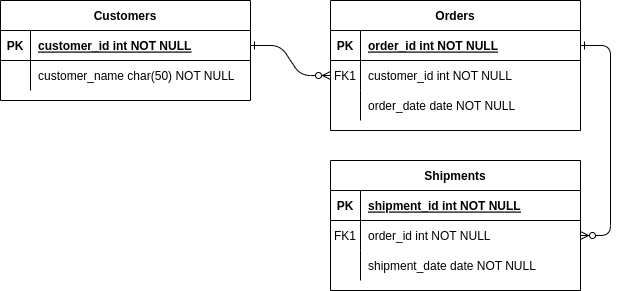
Earlier version of the draw.io export assets/Talkaddict-ERD.png (WarriorsSami/talkaddict). Source tidied: cells renumbered, new cells last; positions are measured from the earlier drawing's top-left corner, leaving out a move shared by most shapes.
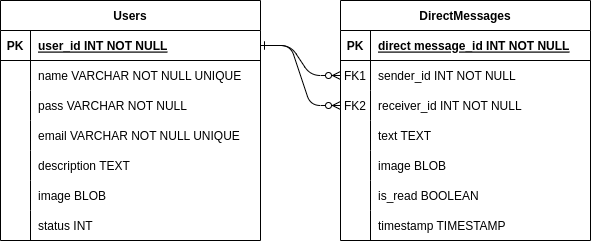
Above is the later version.

Diff of the diagram source:
```diff
@@ -5,11 +5,8 @@
     <mxCell id="2" style="edgeStyle=entityRelationEdgeStyle;endArrow=ERzeroToMany;startArrow=ERone;endFill=1;startFill=0;" parent="1" edge="1" source="25" target="8">
       <mxGeometry relative="1" as="geometry" />
     </mxCell>
-    <mxCell id="3" style="edgeStyle=entityRelationEdgeStyle;endArrow=ERzeroToMany;startArrow=ERone;endFill=1;startFill=0;" parent="1" edge="1" source="5" target="18">
-      <mxGeometry relative="1" as="geometry" />
-    </mxCell>
-    <mxCell id="4" value="Orders" style="shape=table;startSize=30;rowLines=0;fontStyle=1;align=center;" parent="1" vertex="1">
-      <mxGeometry x="330" width="250" height="130" as="geometry" />
+    <mxCell id="4" value="DirectMessages" style="shape=table;startSize=30;rowLines=0;fontStyle=1;align=center;" parent="1" vertex="1">
+      <mxGeometry x="330" width="250" height="240" as="geometry" />
     </mxCell>
     <mxCell id="5" style="shape=partialRectangle;fillColor=none;points=[[0,0.5],[1,0.5]];portConstraint=eastwest;top=0;left=0;right=0;bottom=1;" parent="4" vertex="1">
       <mxGeometry y="30" width="250" height="30" as="geometry" />
@@ -17,7 +14,7 @@
     <mxCell id="6" value="PK" style="shape=partialRectangle;overflow=hidden;fillColor=none;top=0;left=0;bottom=0;right=0;fontStyle=1;" parent="5" vertex="1">
       <mxGeometry width="30" height="30" as="geometry" />
     </mxCell>
-    <mxCell id="7" value="order_id int NOT NULL " style="shape=partialRectangle;overflow=hidden;fillColor=none;top=0;left=0;bottom=0;right=0;align=left;spacingLeft=6;fontStyle=5;" parent="5" vertex="1">
+    <mxCell id="7" value="direct message_id INT NOT NULL " style="shape=partialRectangle;overflow=hidden;fillColor=none;top=0;left=0;bottom=0;right=0;align=left;spacingLeft=6;fontStyle=5;" parent="5" vertex="1">
       <mxGeometry x="30" width="220" height="30" as="geometry" />
     </mxCell>
     <mxCell id="8" style="shape=partialRectangle;fillColor=none;points=[[0,0.5],[1,0.5]];portConstraint=eastwest;top=0;left=0;right=0;bottom=0;" parent="4" vertex="1">
@@ -26,68 +23,122 @@
     <mxCell id="9" value="FK1" style="shape=partialRectangle;overflow=hidden;fillColor=none;top=0;left=0;bottom=0;right=0;" parent="8" vertex="1">
       <mxGeometry width="30" height="30" as="geometry" />
     </mxCell>
-    <mxCell id="10" value="customer_id int NOT NULL" style="shape=partialRectangle;overflow=hidden;fillColor=none;top=0;left=0;bottom=0;right=0;align=left;spacingLeft=6;" parent="8" vertex="1">
+    <mxCell id="10" value="sender_id INT NOT NULL" style="shape=partialRectangle;overflow=hidden;fillColor=none;top=0;left=0;bottom=0;right=0;align=left;spacingLeft=6;" parent="8" vertex="1">
       <mxGeometry x="30" width="220" height="30" as="geometry" />
     </mxCell>
     <mxCell id="11" style="shape=partialRectangle;fillColor=none;points=[[0,0.5],[1,0.5]];portConstraint=eastwest;top=0;left=0;right=0;bottom=0;" parent="4" vertex="1">
       <mxGeometry y="90" width="250" height="30" as="geometry" />
     </mxCell>
-    <mxCell id="12" style="shape=partialRectangle;overflow=hidden;fillColor=none;top=0;left=0;bottom=0;right=0;" parent="11" vertex="1">
+    <mxCell id="12" value="FK2" style="shape=partialRectangle;overflow=hidden;fillColor=none;top=0;left=0;bottom=0;right=0;" parent="11" vertex="1">
       <mxGeometry width="30" height="30" as="geometry" />
     </mxCell>
-    <mxCell id="13" value="order_date date NOT NULL" style="shape=partialRectangle;overflow=hidden;fillColor=none;top=0;left=0;bottom=0;right=0;align=left;spacingLeft=6;" parent="11" vertex="1">
+    <mxCell id="13" value="receiver_id INT NOT NULL" style="shape=partialRectangle;overflow=hidden;fillColor=none;top=0;left=0;bottom=0;right=0;align=left;spacingLeft=6;" parent="11" vertex="1">
       <mxGeometry x="30" width="220" height="30" as="geometry" />
     </mxCell>
-    <mxCell id="14" value="Shipments" style="shape=table;startSize=30;rowLines=0;fontStyle=1;align=center;" parent="1" vertex="1">
-      <mxGeometry x="330" y="160" width="250" height="130" as="geometry" />
-    </mxCell>
-    <mxCell id="15" style="shape=partialRectangle;fillColor=none;top=0;left=0;right=0;bottom=1;" parent="14" vertex="1">
-      <mxGeometry y="30" width="250" height="30" as="geometry" />
-    </mxCell>
-    <mxCell id="16" value="PK" style="shape=partialRectangle;overflow=hidden;fillColor=none;top=0;left=0;bottom=0;right=0;fontStyle=1;" parent="15" vertex="1">
-      <mxGeometry width="30" height="30" as="geometry" />
-    </mxCell>
-    <mxCell id="17" value="shipment_id int NOT NULL " style="shape=partialRectangle;overflow=hidden;fillColor=none;top=0;left=0;bottom=0;right=0;align=left;spacingLeft=6;fontStyle=5;" parent="15" vertex="1">
-      <mxGeometry x="30" width="220" height="30" as="geometry" />
-    </mxCell>
-    <mxCell id="18" style="shape=partialRectangle;fillColor=none;points=[[0,0.5],[1,0.5]];portConstraint=eastwest;top=0;left=0;right=0;bottom=0;" parent="14" vertex="1">
-      <mxGeometry y="60" width="250" height="30" as="geometry" />
-    </mxCell>
-    <mxCell id="19" value="FK1" style="shape=partialRectangle;overflow=hidden;fillColor=none;top=0;left=0;bottom=0;right=0;" parent="18" vertex="1">
-      <mxGeometry width="30" height="30" as="geometry" />
-    </mxCell>
-    <mxCell id="20" value="order_id int NOT NULL" style="shape=partialRectangle;overflow=hidden;fillColor=none;top=0;left=0;bottom=0;right=0;align=left;spacingLeft=6;" parent="18" vertex="1">
-      <mxGeometry x="30" width="220" height="30" as="geometry" />
-    </mxCell>
-    <mxCell id="21" style="shape=partialRectangle;fillColor=none;top=0;left=0;right=0;bottom=0;" parent="14" vertex="1">
-      <mxGeometry y="90" width="250" height="30" as="geometry" />
-    </mxCell>
-    <mxCell id="22" style="shape=partialRectangle;overflow=hidden;fillColor=none;top=0;left=0;bottom=0;right=0;" parent="21" vertex="1">
-      <mxGeometry width="30" height="30" as="geometry" />
-    </mxCell>
-    <mxCell id="23" value="shipment_date date NOT NULL" style="shape=partialRectangle;overflow=hidden;fillColor=none;top=0;left=0;bottom=0;right=0;align=left;spacingLeft=6;" parent="21" vertex="1">
-      <mxGeometry x="30" width="220" height="30" as="geometry" />
-    </mxCell>
+    <mxCell id="31" style="shape=partialRectangle;fillColor=none;top=0;left=0;right=0;bottom=0;" parent="4" vertex="1">
+      <mxGeometry y="120" width="250" height="30" as="geometry" />
+    </mxCell>
+    <mxCell id="32" style="shape=partialRectangle;overflow=hidden;fillColor=none;top=0;left=0;bottom=0;right=0;" parent="31" vertex="1">
+      <mxGeometry width="30" height="30" as="geometry" />
+    </mxCell>
+    <mxCell id="33" value="text TEXT" style="shape=partialRectangle;overflow=hidden;fillColor=none;top=0;left=0;bottom=0;right=0;align=left;spacingLeft=6;" parent="31" vertex="1">
+      <mxGeometry x="30" width="220" height="30" as="geometry" />
+    </mxCell>
+    <mxCell id="34" style="shape=partialRectangle;fillColor=none;top=0;left=0;right=0;bottom=0;" parent="4" vertex="1">
+      <mxGeometry y="150" width="250" height="30" as="geometry" />
+    </mxCell>
+    <mxCell id="35" style="shape=partialRectangle;overflow=hidden;fillColor=none;top=0;left=0;bottom=0;right=0;" parent="34" vertex="1">
+      <mxGeometry width="30" height="30" as="geometry" />
+    </mxCell>
+    <mxCell id="36" value="image BLOB" style="shape=partialRectangle;overflow=hidden;fillColor=none;top=0;left=0;bottom=0;right=0;align=left;spacingLeft=6;" parent="34" vertex="1">
+      <mxGeometry x="30" width="220" height="30" as="geometry" />
+    </mxCell>
+    <mxCell id="37" style="shape=partialRectangle;fillColor=none;top=0;left=0;right=0;bottom=0;" parent="4" vertex="1">
+      <mxGeometry y="180" width="250" height="30" as="geometry" />
+    </mxCell>
+    <mxCell id="38" style="shape=partialRectangle;overflow=hidden;fillColor=none;top=0;left=0;bottom=0;right=0;" parent="37" vertex="1">
+      <mxGeometry width="30" height="30" as="geometry" />
+    </mxCell>
+    <mxCell id="39" value="is_read BOOLEAN" style="shape=partialRectangle;overflow=hidden;fillColor=none;top=0;left=0;bottom=0;right=0;align=left;spacingLeft=6;" parent="37" vertex="1">
+      <mxGeometry x="30" width="220" height="30" as="geometry" />
+    </mxCell>
+    <mxCell id="40" style="shape=partialRectangle;fillColor=none;top=0;left=0;right=0;bottom=0;" parent="4" vertex="1">
+      <mxGeometry y="210" width="250" height="30" as="geometry" />
+    </mxCell>
+    <mxCell id="41" style="shape=partialRectangle;overflow=hidden;fillColor=none;top=0;left=0;bottom=0;right=0;" parent="40" vertex="1">
+      <mxGeometry width="30" height="30" as="geometry" />
+    </mxCell>
+    <mxCell id="42" value="timestamp TIMESTAMP" style="shape=partialRectangle;overflow=hidden;fillColor=none;top=0;left=0;bottom=0;right=0;align=left;spacingLeft=6;" parent="40" vertex="1">
+      <mxGeometry x="30" width="220" height="30" as="geometry" />
+    </mxCell>
-    <mxCell id="24" value="Customers" style="shape=table;startSize=30;rowLines=0;fontStyle=1;align=center;" parent="1" vertex="1">
-      <mxGeometry width="250" height="100" as="geometry" />
+    <mxCell id="24" value="Users" style="shape=table;startSize=30;rowLines=0;fontStyle=1;align=center;" parent="1" vertex="1">
+      <mxGeometry x="-10" width="260" height="240" as="geometry" />
     </mxCell>
     <mxCell id="25" style="shape=partialRectangle;fillColor=none;points=[[0,0.5],[1,0.5]];portConstraint=eastwest;top=0;left=0;right=0;bottom=1;" parent="24" vertex="1">
-      <mxGeometry y="30" width="250" height="30" as="geometry" />
+      <mxGeometry y="30" width="260" height="30" as="geometry" />
     </mxCell>
     <mxCell id="26" value="PK" style="shape=partialRectangle;overflow=hidden;fillColor=none;top=0;left=0;bottom=0;right=0;fontStyle=1;" parent="25" vertex="1">
       <mxGeometry width="30" height="30" as="geometry" />
     </mxCell>
-    <mxCell id="27" value="customer_id int NOT NULL " style="shape=partialRectangle;overflow=hidden;fillColor=none;top=0;left=0;bottom=0;right=0;align=left;spacingLeft=6;fontStyle=5;" parent="25" vertex="1">
-      <mxGeometry x="30" width="220" height="30" as="geometry" />
+    <mxCell id="27" value="user_id INT NOT NULL " style="shape=partialRectangle;overflow=hidden;fillColor=none;top=0;left=0;bottom=0;right=0;align=left;spacingLeft=6;fontStyle=5;" parent="25" vertex="1">
+      <mxGeometry x="30" width="230" height="30" as="geometry" />
     </mxCell>
     <mxCell id="28" style="shape=partialRectangle;fillColor=none;top=0;left=0;right=0;bottom=0;" parent="24" vertex="1">
-      <mxGeometry y="60" width="250" height="30" as="geometry" />
+      <mxGeometry y="60" width="260" height="30" as="geometry" />
     </mxCell>
     <mxCell id="29" style="shape=partialRectangle;overflow=hidden;fillColor=none;top=0;left=0;bottom=0;right=0;" parent="28" vertex="1">
       <mxGeometry width="30" height="30" as="geometry" />
     </mxCell>
-    <mxCell id="30" value="customer_name char(50) NOT NULL" style="shape=partialRectangle;overflow=hidden;fillColor=none;top=0;left=0;bottom=0;right=0;align=left;spacingLeft=6;" parent="28" vertex="1">
-      <mxGeometry x="30" width="220" height="30" as="geometry" />
+    <mxCell id="30" value="name VARCHAR NOT NULL UNIQUE" style="shape=partialRectangle;overflow=hidden;fillColor=none;top=0;left=0;bottom=0;right=0;align=left;spacingLeft=6;" parent="28" vertex="1">
+      <mxGeometry x="30" width="230" height="30" as="geometry" />
     </mxCell>
+    <mxCell id="43" style="shape=partialRectangle;fillColor=none;top=0;left=0;right=0;bottom=0;" parent="24" vertex="1">
+      <mxGeometry y="90" width="260" height="30" as="geometry" />
+    </mxCell>
+    <mxCell id="44" style="shape=partialRectangle;overflow=hidden;fillColor=none;top=0;left=0;bottom=0;right=0;" parent="43" vertex="1">
+      <mxGeometry width="30" height="30" as="geometry" />
+    </mxCell>
+    <mxCell id="45" value="pass VARCHAR NOT NULL" style="shape=partialRectangle;overflow=hidden;fillColor=none;top=0;left=0;bottom=0;right=0;align=left;spacingLeft=6;" parent="43" vertex="1">
+      <mxGeometry x="30" width="230" height="30" as="geometry" />
+    </mxCell>
+    <mxCell id="46" style="shape=partialRectangle;fillColor=none;top=0;left=0;right=0;bottom=0;" parent="24" vertex="1">
+      <mxGeometry y="120" width="260" height="30" as="geometry" />
+    </mxCell>
+    <mxCell id="47" style="shape=partialRectangle;overflow=hidden;fillColor=none;top=0;left=0;bottom=0;right=0;" parent="46" vertex="1">
+      <mxGeometry width="30" height="30" as="geometry" />
+    </mxCell>
+    <mxCell id="48" value="email VARCHAR NOT NULL UNIQUE" style="shape=partialRectangle;overflow=hidden;fillColor=none;top=0;left=0;bottom=0;right=0;align=left;spacingLeft=6;" parent="46" vertex="1">
+      <mxGeometry x="30" width="230" height="30" as="geometry" />
+    </mxCell>
+    <mxCell id="49" style="shape=partialRectangle;fillColor=none;top=0;left=0;right=0;bottom=0;" parent="24" vertex="1">
+      <mxGeometry y="150" width="260" height="30" as="geometry" />
+    </mxCell>
+    <mxCell id="50" style="shape=partialRectangle;overflow=hidden;fillColor=none;top=0;left=0;bottom=0;right=0;" parent="49" vertex="1">
+      <mxGeometry width="30" height="30" as="geometry" />
+    </mxCell>
+    <mxCell id="51" value="description TEXT" style="shape=partialRectangle;overflow=hidden;fillColor=none;top=0;left=0;bottom=0;right=0;align=left;spacingLeft=6;" parent="49" vertex="1">
+      <mxGeometry x="30" width="230" height="30" as="geometry" />
+    </mxCell>
+    <mxCell id="52" style="shape=partialRectangle;fillColor=none;top=0;left=0;right=0;bottom=0;" parent="24" vertex="1">
+      <mxGeometry y="180" width="260" height="30" as="geometry" />
+    </mxCell>
+    <mxCell id="53" style="shape=partialRectangle;overflow=hidden;fillColor=none;top=0;left=0;bottom=0;right=0;" parent="52" vertex="1">
+      <mxGeometry width="30" height="30" as="geometry" />
+    </mxCell>
+    <mxCell id="54" value="image BLOB" style="shape=partialRectangle;overflow=hidden;fillColor=none;top=0;left=0;bottom=0;right=0;align=left;spacingLeft=6;" parent="52" vertex="1">
+      <mxGeometry x="30" width="230" height="30" as="geometry" />
+    </mxCell>
+    <mxCell id="55" style="shape=partialRectangle;fillColor=none;top=0;left=0;right=0;bottom=0;" parent="24" vertex="1">
+      <mxGeometry y="210" width="260" height="30" as="geometry" />
+    </mxCell>
+    <mxCell id="56" style="shape=partialRectangle;overflow=hidden;fillColor=none;top=0;left=0;bottom=0;right=0;" parent="55" vertex="1">
+      <mxGeometry width="30" height="30" as="geometry" />
+    </mxCell>
+    <mxCell id="57" value="status INT" style="shape=partialRectangle;overflow=hidden;fillColor=none;top=0;left=0;bottom=0;right=0;align=left;spacingLeft=6;" parent="55" vertex="1">
+      <mxGeometry x="30" width="230" height="30" as="geometry" />
+    </mxCell>
+    <mxCell id="58" style="edgeStyle=entityRelationEdgeStyle;endArrow=ERzeroToMany;startArrow=ERone;endFill=1;startFill=0;entryX=0;entryY=0.5;entryDx=0;entryDy=0;exitX=1;exitY=0.5;exitDx=0;exitDy=0;" parent="1" edge="1" source="25" target="11">
+      <mxGeometry relative="1" as="geometry" />
+    </mxCell>
   </root>
 </mxGraphModel>
```
